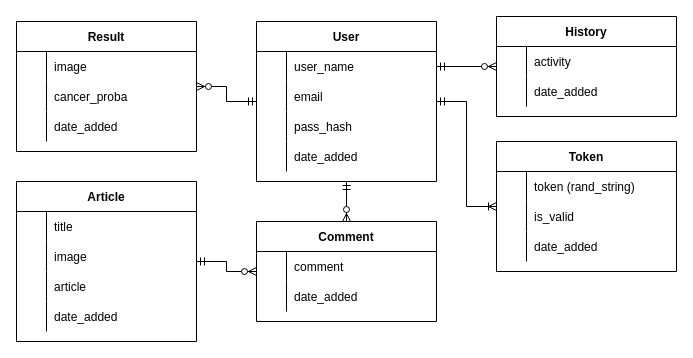
Above: page "ERD" (1 of 2) of Project Diagrams/Project Diagrams.drawio in Blue-Birman/Bangkit-Capstone-Project-B21-CAP0005 (draw.io), before the change. Source tidied: cells renumbered, new cells numbered last; positions are measured from the earlier drawing's top-left corner, leaving out a move shared by most shapes. Both pictures are drawn from the tidied source at 100%, with x=0, y=0 at pixel (16, 16).
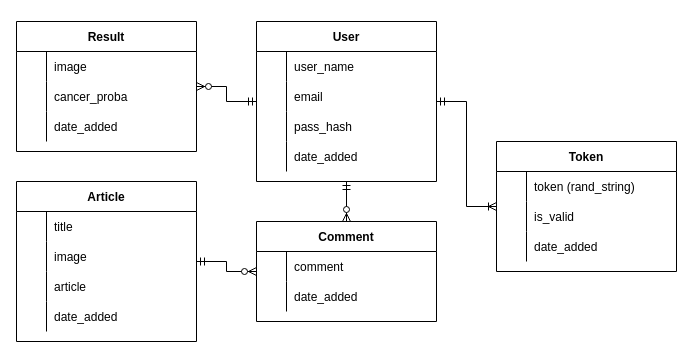
The same diagram, later.

Unchanged cells that the change refers to:
```xml
<mxCell id="5" style="shape=partialRectangle;fillColor=none;top=0;left=0;bottom=0;right=0;points=[[0,0.5],[1,0.5]];portConstraint=eastwest;" parent="4" vertex="1">
  <mxGeometry y="30" width="180" height="30" as="geometry" />
</mxCell>
```

Diff of the diagram source:
```diff
@@
-    <mxCell id="27" style="edgeStyle=orthogonalEdgeStyle;rounded=0;jettySize=auto;html=1;startArrow=ERzeroToMany;startFill=1;endArrow=ERmandOne;endFill=0;" parent="1" edge="1" source="28" target="5">
-      <mxGeometry relative="1" as="geometry" />
-    </mxCell>
-    <mxCell id="28" value="History" style="shape=table;startSize=30;childLayout=tableLayout;rowLines=0;fontStyle=1;align=center;" parent="1" vertex="1">
-      <mxGeometry x="480" width="180" height="100" as="geometry" />
-    </mxCell>
-    <mxCell id="29" style="shape=partialRectangle;fillColor=none;top=0;left=0;bottom=0;right=0;" parent="28" vertex="1">
-      <mxGeometry y="30" width="180" height="30" as="geometry" />
-    </mxCell>
-    <mxCell id="30" style="shape=partialRectangle;fillColor=none;top=0;left=0;bottom=0;right=0;overflow=hidden;" parent="29" vertex="1">
-      <mxGeometry width="30" height="30" as="geometry" />
-    </mxCell>
-    <mxCell id="31" value="activity" style="shape=partialRectangle;fillColor=none;top=0;left=0;bottom=0;right=0;align=left;spacingLeft=6;overflow=hidden;" parent="29" vertex="1">
-      <mxGeometry x="30" width="150" height="30" as="geometry" />
-    </mxCell>
-    <mxCell id="32" style="shape=partialRectangle;fillColor=none;top=0;left=0;bottom=0;right=0;" parent="28" vertex="1">
-      <mxGeometry y="60" width="180" height="30" as="geometry" />
-    </mxCell>
-    <mxCell id="33" style="shape=partialRectangle;fillColor=none;top=0;left=0;bottom=0;right=0;overflow=hidden;" parent="32" vertex="1">
-      <mxGeometry width="30" height="30" as="geometry" />
-    </mxCell>
-    <mxCell id="34" value="date_added" style="shape=partialRectangle;fillColor=none;top=0;left=0;bottom=0;right=0;align=left;spacingLeft=6;overflow=hidden;" parent="32" vertex="1">
-      <mxGeometry x="30" width="150" height="30" as="geometry" />
-    </mxCell>
```
